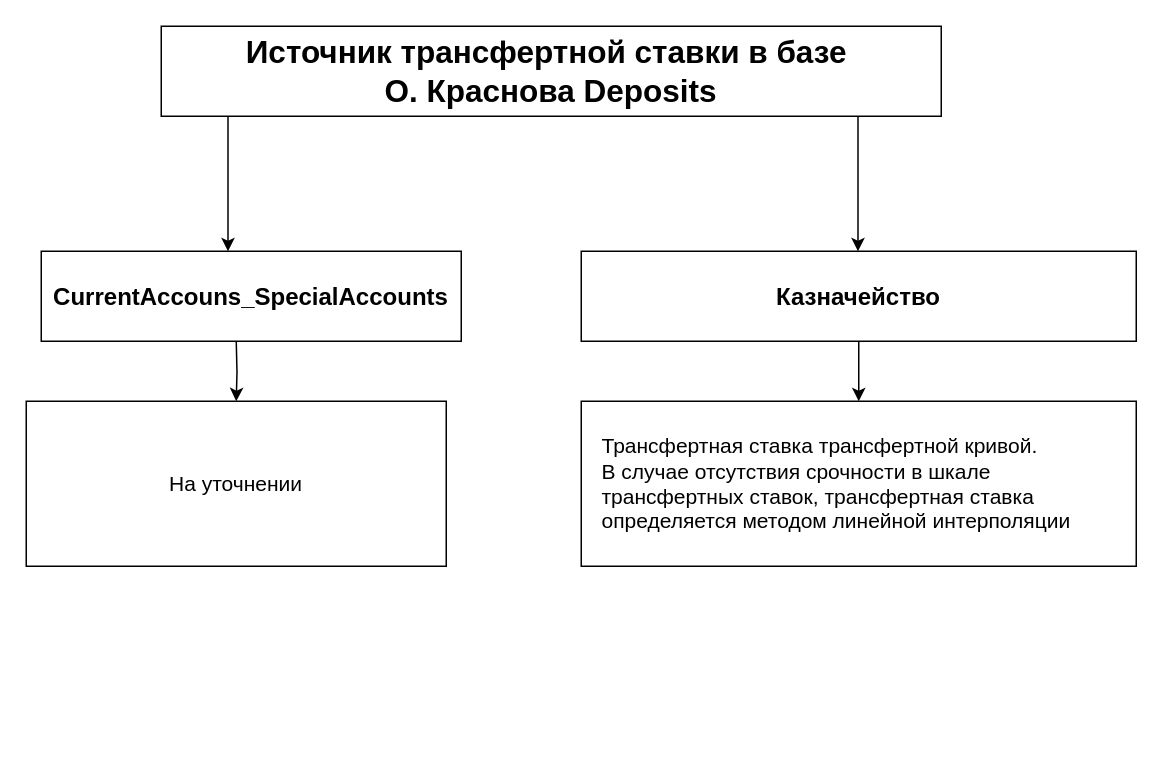
This is page "CA" (4 of 4) of Диаграмма без названия.drawio from NATALYAAAAAAAA/potter, a draw.io file, before an edit. Source tidied: cells renumbered, new cells numbered last; positions are measured from the earlier drawing's top-left corner, leaving out a move shared by most shapes. Both pictures are drawn from the tidied source at 150%, with x=0, y=0 at pixel (26, 26).
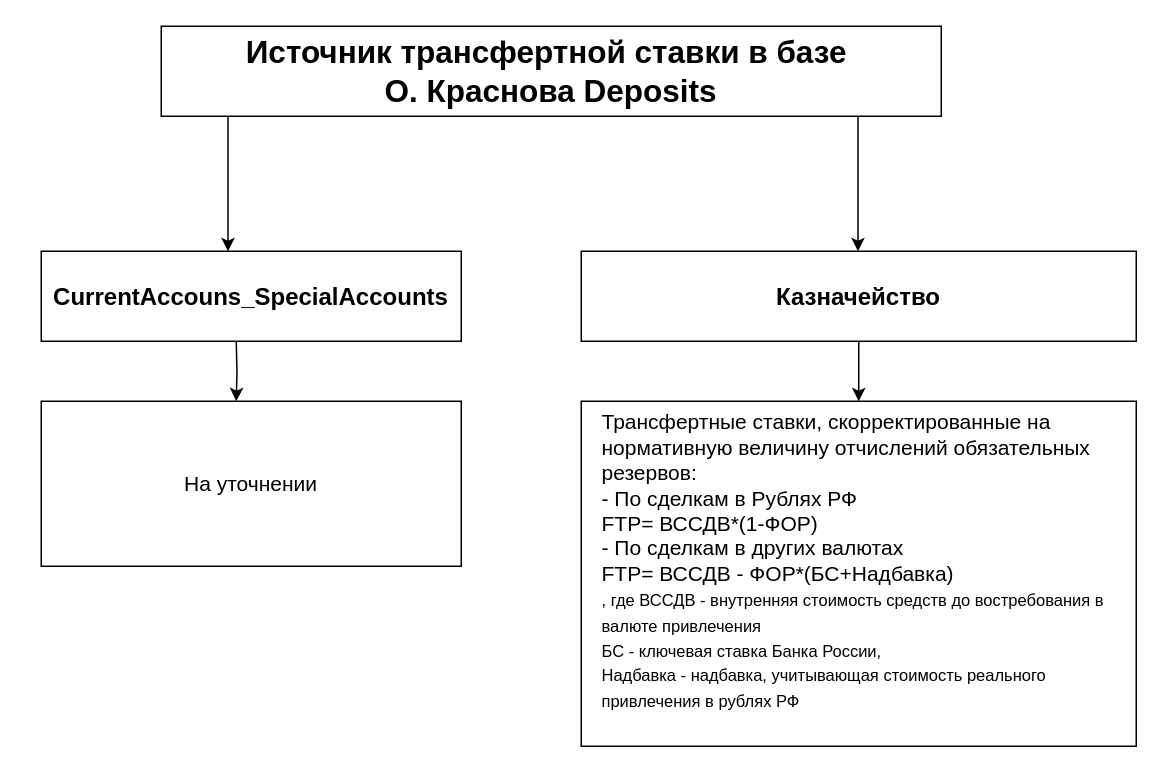
The same diagram, later.

The edit, as a diff of the source:
```diff
@@
 <mxGraphModel>
   <root>
     <mxCell id="0" />
     <mxCell id="1" parent="0" />
-    <mxCell id="2" value="&lt;div&gt;Трансфертная ставка трансфертной кривой.&lt;/div&gt;&lt;div&gt;В случае отсутствия срочности в шкале&amp;nbsp; &amp;nbsp; трансфертных ставок, трансфертная ставка&amp;nbsp; &amp;nbsp; определяется методом линейной интерполяции&lt;/div&gt;" style="whiteSpace=wrap;html=1;fontSize=14;align=left;spacingTop=0;spacing=14;" parent="1" vertex="1">
-      <mxGeometry x="370" y="250" width="370" height="110" as="geometry" />
+    <mxCell id="2" value="&lt;div&gt;Трансфертные ставки, скорректированные на нормативную величину отчислений обязательных резервов:&lt;/div&gt;&lt;div&gt;- По сделкам в Рублях РФ&lt;/div&gt;&lt;div&gt;FTP= ВССДВ*(1-ФОР)&lt;/div&gt;&lt;div&gt;- По сделкам в других валютах&lt;/div&gt;&lt;div&gt;FTP= ВССДВ - ФОР*(БС+Надбавка)&lt;/div&gt;&lt;div&gt;&lt;font style=&quot;font-size: 11px;&quot;&gt;, где&amp;nbsp;&lt;span style=&quot;background-color: transparent; color: light-dark(rgb(0, 0, 0), rgb(255, 255, 255));&quot;&gt;ВССДВ - внутренняя стоимость средств до востребования в валюте привлечения&lt;/span&gt;&lt;/font&gt;&lt;/div&gt;&lt;div&gt;&lt;span style=&quot;font-size: 11px;&quot;&gt;БС - ключевая ставка Банка России,&lt;/span&gt;&lt;/div&gt;&lt;div&gt;&lt;span style=&quot;font-size: 11px;&quot;&gt;Надбавка - надбавка, учитывающая стоимость реального привлечения в рублях РФ&lt;/span&gt;&lt;/div&gt;&lt;div&gt;&lt;br&gt;&lt;/div&gt;" style="whiteSpace=wrap;html=1;fontSize=14;align=left;spacingTop=0;spacing=14;" parent="1" vertex="1">
+      <mxGeometry x="370" y="250" width="370" height="230" as="geometry" />
     </mxCell>
     <mxCell id="3" style="edgeStyle=orthogonalEdgeStyle;rounded=0;jettySize=auto;html=1;entryX=0.5;entryY=0;entryDx=0;entryDy=0;" parent="1" edge="1" source="4" target="2">
       <mxGeometry relative="1" as="geometry" />
     </mxCell>
     <mxCell id="4" value="&lt;b&gt;&lt;font style=&quot;font-size: 16px;&quot;&gt;Казначейство&lt;/font&gt;&lt;/b&gt;" style="rounded=0;whiteSpace=wrap;html=1;fontSize=14;" parent="1" vertex="1">
       <mxGeometry x="370" y="150" width="370" height="60" as="geometry" />
     </mxCell>
     <mxCell id="5" style="edgeStyle=orthogonalEdgeStyle;rounded=0;orthogonalLoop=1;jettySize=auto;html=1;entryX=0.5;entryY=0;entryDx=0;entryDy=0;" parent="1" edge="1">
       <mxGeometry relative="1" as="geometry">
         <mxPoint x="140" y="210" as="sourcePoint" />
         <mxPoint x="140" y="250" as="targetPoint" />
       </mxGeometry>
     </mxCell>
     <mxCell id="6" style="endArrow=classic;html=1;rounded=0;" parent="1" edge="1">
       <mxGeometry relative="1" as="geometry">
         <mxPoint x="134.5" y="57" as="sourcePoint" />
         <mxPoint x="134.5" y="150" as="targetPoint" />
       </mxGeometry>
     </mxCell>
     <mxCell id="7" style="endArrow=classic;html=1;rounded=0;" parent="1" edge="1">
       <mxGeometry relative="1" as="geometry">
         <mxPoint x="554.5" y="57" as="sourcePoint" />
         <mxPoint x="554.5" y="150" as="targetPoint" />
       </mxGeometry>
     </mxCell>
     <mxCell id="8" value="&lt;b style=&quot;font-size: 21px;&quot;&gt;Источник трансфертной ставки в базе&amp;nbsp;&lt;/b&gt;&lt;div&gt;&lt;b style=&quot;font-size: 21px;&quot;&gt;О. Краснова Deposits&lt;/b&gt;&lt;/div&gt;" style="rounded=0;whiteSpace=wrap;html=1;" parent="1" vertex="1">
       <mxGeometry x="90" width="520" height="60" as="geometry" />
     </mxCell>
     <mxCell id="9" value="&lt;b&gt;&lt;font style=&quot;font-size: 16px;&quot;&gt;CurrentAccouns_SpecialAccounts&lt;/font&gt;&lt;/b&gt;" style="rounded=0;whiteSpace=wrap;html=1;" parent="1" vertex="1">
       <mxGeometry x="10" y="150" width="280" height="60" as="geometry" />
     </mxCell>
     <mxCell id="10" value="&lt;font style=&quot;font-size: 14px;&quot;&gt;На уточнении&lt;/font&gt;" style="rounded=0;whiteSpace=wrap;html=1;" parent="1" vertex="1">
-      <mxGeometry y="250" width="280" height="110" as="geometry" />
+      <mxGeometry x="10" y="250" width="280" height="110" as="geometry" />
     </mxCell>
   </root>
 </mxGraphModel>
```
